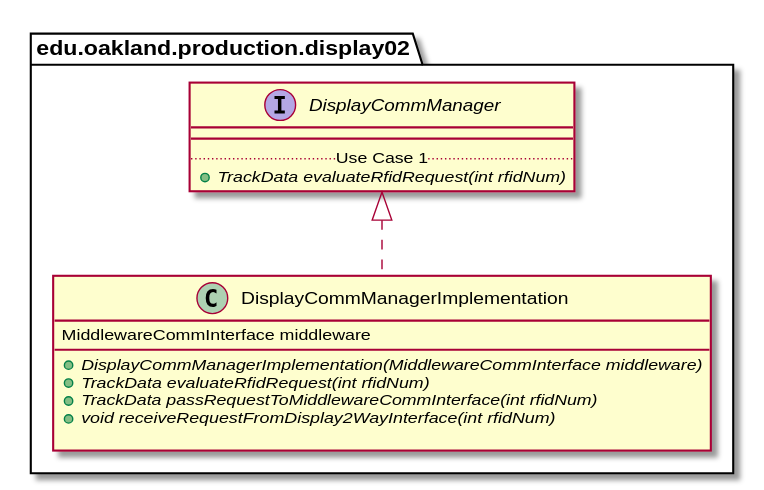
This is docs/uml-class-diagrams/display02/production/DisplayCommManagerImplementation/DisplayCommManagerImplementation_Closure.svg from andrewdimmer/csi-3370-software-project, a PlantUML export, as it was before one commit.
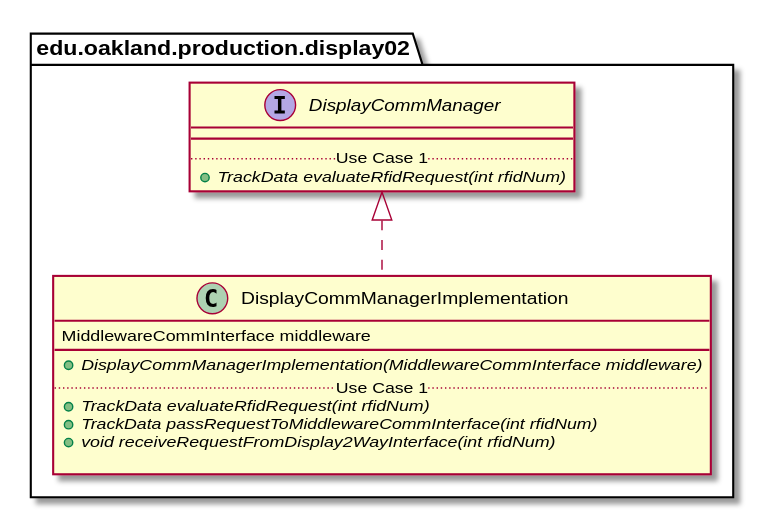
The same diagram one commit later.

Diff of the diagram source:
```diff
@@ -6,6 +6,7 @@
         MiddlewareCommInterface middleware
         __
         {abstract} + DisplayCommManagerImplementation(MiddlewareCommInterface middleware)
+        .. Use Case 1 ..
         {abstract} + TrackData evaluateRfidRequest(int rfidNum)
         {abstract} + TrackData passRequestToMiddlewareCommInterface(int rfidNum)
         {abstract} + void receiveRequestFromDisplay2WayInterface(int rfidNum)
```
